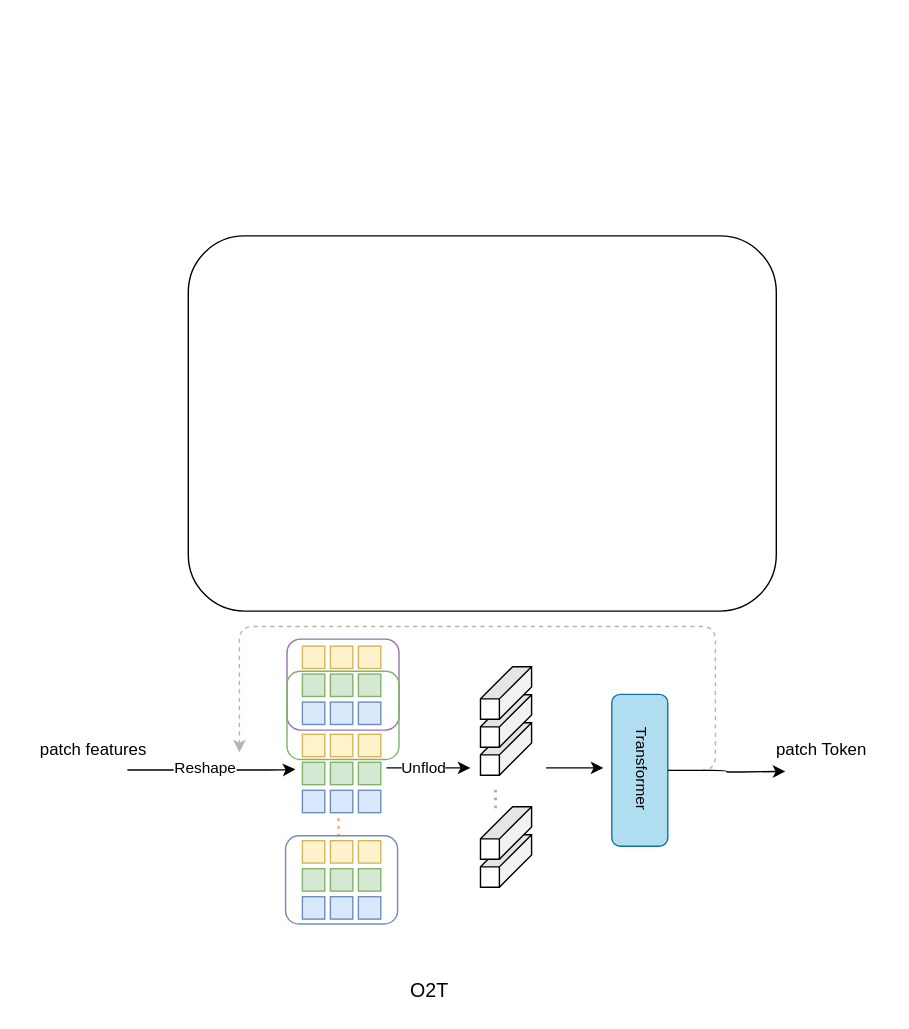
Earlier version of the draw.io diagram page "Page-2" (2 of 2) of O2T.drawio (jerry-ww/pcbvr). Source tidied: cells renumbered, new cells numbered last; positions are measured from the earlier drawing's top-left corner, leaving out a move shared by most shapes. Both pictures are drawn from the tidied source at 140%, with x=0, y=0 at pixel (28, 235).
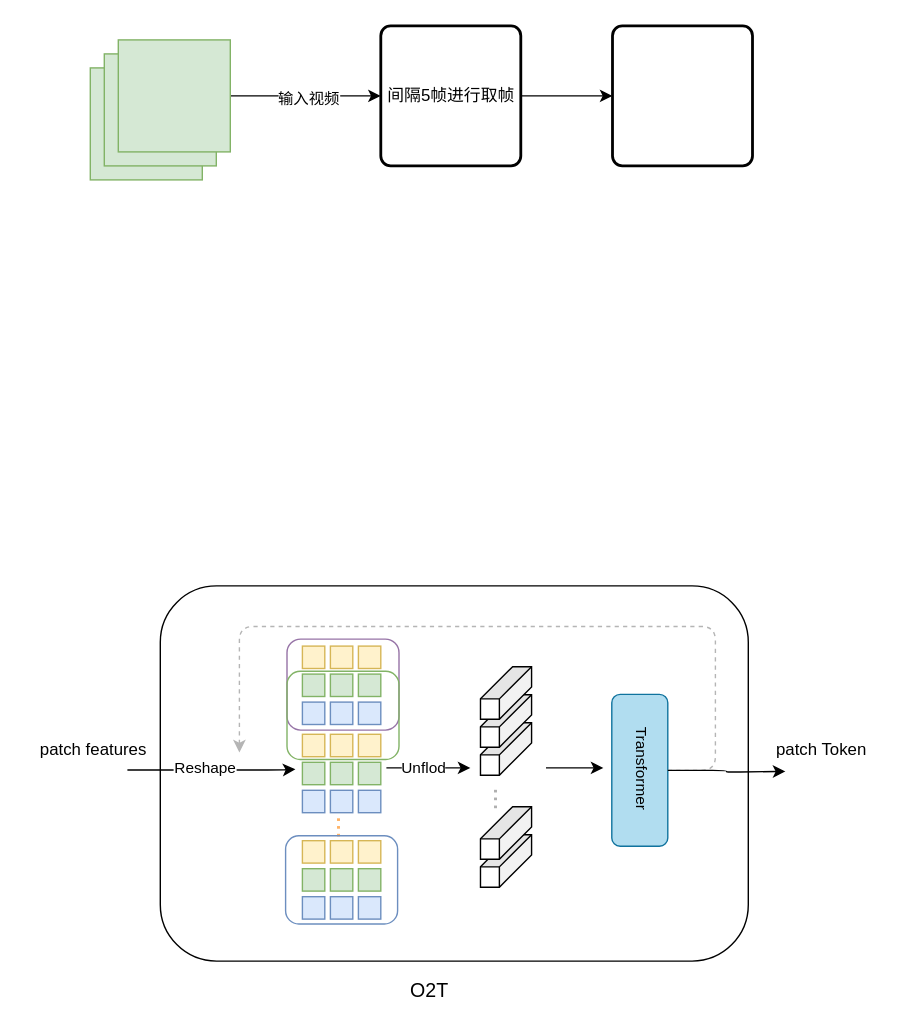
The same diagram, later.

The edit, as a diff of the source:
```diff
@@
     <mxCell id="51" style="rounded=1;whiteSpace=wrap;html=1;shadow=0;strokeWidth=1;fillColor=none;gradientColor=none;fontColor=#f5f5f5;" parent="1" vertex="1">
-      <mxGeometry x="114" width="420" height="268" as="geometry" />
+      <mxGeometry x="94" y="250" width="420" height="268" as="geometry" />
     </mxCell>
+    <mxCell id="52" style="whiteSpace=wrap;html=1;fillColor=#d5e8d4;strokeColor=#82b366;" parent="1" vertex="1">
+      <mxGeometry x="44" y="-120" width="80" height="80" as="geometry" />
+    </mxCell>
+    <mxCell id="53" style="whiteSpace=wrap;html=1;fillColor=#d5e8d4;strokeColor=#82b366;" parent="1" vertex="1">
+      <mxGeometry x="54" y="-130" width="80" height="80" as="geometry" />
+    </mxCell>
+    <mxCell id="54" style="edgeStyle=orthogonalEdgeStyle;rounded=0;jettySize=auto;html=1;exitX=1;exitY=0.5;exitDx=0;exitDy=0;entryX=0;entryY=0.5;entryDx=0;entryDy=0;" parent="1" edge="1" source="56" target="58">
+      <mxGeometry relative="1" as="geometry" />
+    </mxCell>
+    <mxCell id="55" value="输入视频" style="edgeLabel;html=1;align=center;verticalAlign=middle;" parent="54" vertex="1">
+      <mxGeometry x="0.02" y="-1" relative="1" as="geometry" />
+    </mxCell>
+    <mxCell id="56" style="whiteSpace=wrap;html=1;fillColor=#d5e8d4;strokeColor=#82b366;" parent="1" vertex="1">
+      <mxGeometry x="64" y="-140" width="80" height="80" as="geometry" />
+    </mxCell>
+    <mxCell id="57" style="edgeStyle=orthogonalEdgeStyle;rounded=0;jettySize=auto;html=1;exitX=1;exitY=0.5;exitDx=0;exitDy=0;" parent="1" edge="1" source="58" target="59">
+      <mxGeometry relative="1" as="geometry" />
+    </mxCell>
+    <mxCell id="58" value="间隔5帧进行取帧" style="rounded=1;whiteSpace=wrap;html=1;absoluteArcSize=1;arcSize=14;strokeWidth=2;" parent="1" vertex="1">
+      <mxGeometry x="251.5" y="-150" width="100" height="100" as="geometry" />
+    </mxCell>
+    <mxCell id="59" style="rounded=1;whiteSpace=wrap;html=1;absoluteArcSize=1;arcSize=14;strokeWidth=2;" parent="1" vertex="1">
+      <mxGeometry x="417" y="-150" width="100" height="100" as="geometry" />
+    </mxCell>
```
